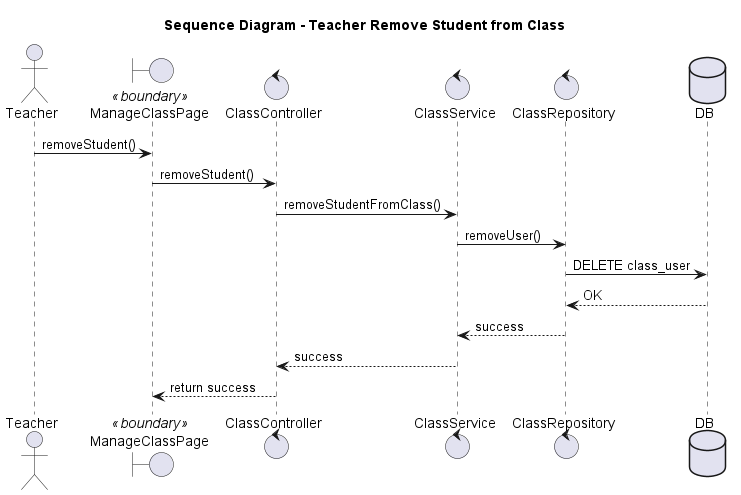
The PlantUML diagram out/sequence/Remove Student from Class/remove_student_from_class.png in Faythpromax/E-Learning, before a commit.
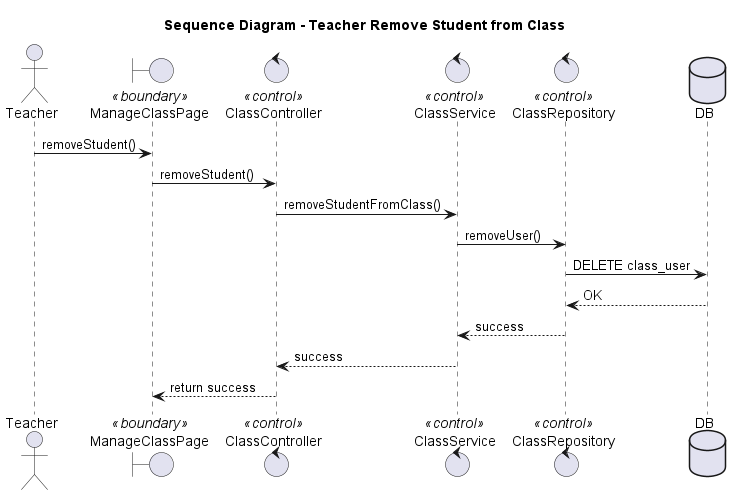
After the commit.

What changed in the source:
```diff
@@ -3,9 +3,9 @@
 
 actor Teacher
 boundary "ManageClassPage" as UI <<boundary>>
-control ClassController
-control ClassService
-control ClassRepository
+control ClassController <<control>>
+control ClassService <<control>>
+control ClassRepository <<control>>
 database DB
 
 Teacher -> UI: removeStudent()
```
